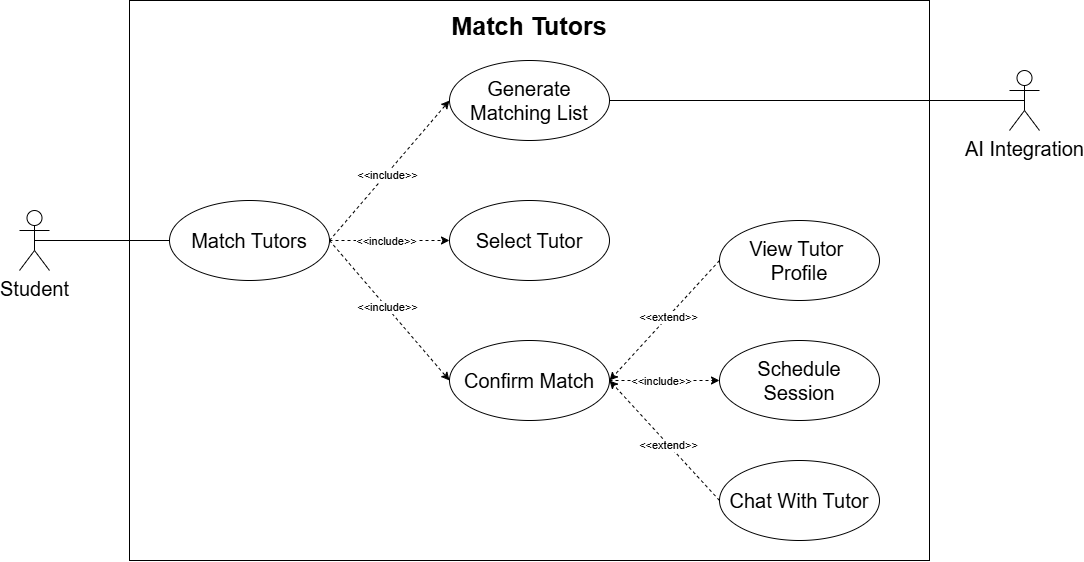
The draw.io diagram docs/usecases/detailed/match_tutors.drawio.png in lamtranhuynhha/tutor-support-system, before a commit. Source tidied: cells renumbered, new cells last; positions are measured from the earlier drawing's top-left corner, leaving out a move shared by most shapes. The source it was exported from:
```xml
<mxGraphModel background="#ffffff">
  <root>
    <mxCell id="0" />
    <mxCell id="1" parent="0" />
    <mxCell id="2" style="rounded=0;whiteSpace=wrap;html=1;" parent="1" vertex="1">
      <mxGeometry x="110" width="800" height="560" as="geometry" />
    </mxCell>
    <mxCell id="3" value="Match Tutors" style="ellipse;whiteSpace=wrap;html=1;fontSize=20;" parent="1" vertex="1">
      <mxGeometry x="150" y="200" width="160" height="80" as="geometry" />
    </mxCell>
    <mxCell id="4" value="Select Tutor" style="ellipse;whiteSpace=wrap;html=1;fontSize=20;" parent="1" vertex="1">
      <mxGeometry x="430" y="200" width="160" height="80" as="geometry" />
    </mxCell>
    <mxCell id="5" value="Generate Matching List" style="ellipse;whiteSpace=wrap;html=1;fontSize=20;" parent="1" vertex="1">
      <mxGeometry x="430" y="60" width="160" height="80" as="geometry" />
    </mxCell>
    <mxCell id="6" value="View Tutor&amp;nbsp;&lt;div&gt;Profile&lt;/div&gt;" style="ellipse;whiteSpace=wrap;html=1;fontSize=20;" parent="1" vertex="1">
      <mxGeometry x="700" y="220" width="160" height="80" as="geometry" />
    </mxCell>
    <mxCell id="7" value="Confirm Match" style="ellipse;whiteSpace=wrap;html=1;fontSize=20;" parent="1" vertex="1">
      <mxGeometry x="430" y="340" width="160" height="80" as="geometry" />
    </mxCell>
    <mxCell id="8" style="endArrow=classic;html=1;rounded=0;entryX=0;entryY=0.5;entryDx=0;entryDy=0;exitX=1;exitY=0.5;exitDx=0;exitDy=0;dashed=1;" parent="1" edge="1" source="3" target="4">
      <mxGeometry relative="1" as="geometry" />
    </mxCell>
    <mxCell id="9" value="&amp;lt;&amp;lt;include&amp;gt;&amp;gt;" style="edgeLabel;html=1;align=center;verticalAlign=middle;" parent="8" vertex="1">
      <mxGeometry x="-0.06" relative="1" as="geometry" />
    </mxCell>
    <mxCell id="10" value="Chat With Tutor" style="ellipse;whiteSpace=wrap;html=1;fontSize=20;" parent="1" vertex="1">
      <mxGeometry x="700" y="460" width="160" height="80" as="geometry" />
    </mxCell>
    <mxCell id="11" style="endArrow=classic;html=1;rounded=0;entryX=0;entryY=0.5;entryDx=0;entryDy=0;exitX=1;exitY=0.5;exitDx=0;exitDy=0;dashed=1;" parent="1" edge="1" source="3" target="7">
      <mxGeometry relative="1" as="geometry" />
    </mxCell>
    <mxCell id="12" value="&amp;lt;&amp;lt;include&amp;gt;&amp;gt;" style="edgeLabel;html=1;align=center;verticalAlign=middle;" parent="11" vertex="1">
      <mxGeometry x="-0.06" relative="1" as="geometry" />
    </mxCell>
    <mxCell id="13" value="Schedule Session" style="ellipse;whiteSpace=wrap;html=1;fontSize=20;" parent="1" vertex="1">
      <mxGeometry x="700" y="340" width="160" height="80" as="geometry" />
    </mxCell>
    <mxCell id="14" style="endArrow=classic;html=1;rounded=0;entryX=0;entryY=0.5;entryDx=0;entryDy=0;exitX=1;exitY=0.5;exitDx=0;exitDy=0;dashed=1;" parent="1" edge="1" source="7" target="13">
      <mxGeometry relative="1" as="geometry" />
    </mxCell>
    <mxCell id="15" value="&amp;lt;&amp;lt;include&amp;gt;&amp;gt;" style="edgeLabel;html=1;align=center;verticalAlign=middle;" parent="14" vertex="1">
      <mxGeometry x="-0.06" relative="1" as="geometry" />
    </mxCell>
    <mxCell id="16" style="endArrow=classic;html=1;rounded=0;entryX=1;entryY=0.5;entryDx=0;entryDy=0;exitX=0;exitY=0.5;exitDx=0;exitDy=0;dashed=1;" parent="1" edge="1" source="10" target="7">
      <mxGeometry relative="1" as="geometry" />
    </mxCell>
    <mxCell id="17" value="&amp;lt;&amp;lt;extend&amp;gt;&amp;gt;" style="edgeLabel;html=1;align=center;verticalAlign=middle;" parent="16" vertex="1">
      <mxGeometry x="-0.06" relative="1" as="geometry" />
    </mxCell>
    <mxCell id="18" style="endArrow=classic;html=1;rounded=0;dashed=1;entryX=0;entryY=0.5;entryDx=0;entryDy=0;exitX=1;exitY=0.5;exitDx=0;exitDy=0;" parent="1" edge="1" source="3" target="5">
      <mxGeometry relative="1" as="geometry" />
    </mxCell>
    <mxCell id="19" value="&amp;lt;&amp;lt;include&amp;gt;&amp;gt;" style="edgeLabel;html=1;align=center;verticalAlign=middle;" parent="18" vertex="1">
      <mxGeometry x="-0.06" relative="1" as="geometry" />
    </mxCell>
    <mxCell id="20" value="Student" style="shape=umlActor;verticalLabelPosition=bottom;verticalAlign=top;html=1;fontSize=20;" parent="1" vertex="1">
      <mxGeometry y="210" width="30" height="60" as="geometry" />
    </mxCell>
    <mxCell id="21" style="endArrow=none;html=1;rounded=0;entryX=0;entryY=0.5;entryDx=0;entryDy=0;exitX=0.5;exitY=0.5;exitDx=0;exitDy=0;exitPerimeter=0;fontSize=20;" parent="1" edge="1" source="20" target="3">
      <mxGeometry relative="1" as="geometry" />
    </mxCell>
    <mxCell id="22" value="AI Integration" style="shape=umlActor;verticalLabelPosition=bottom;verticalAlign=top;html=1;fontSize=20;" parent="1" vertex="1">
      <mxGeometry x="990" y="70" width="30" height="60" as="geometry" />
    </mxCell>
    <mxCell id="23" style="endArrow=none;html=1;rounded=0;entryX=0.5;entryY=0.5;entryDx=0;entryDy=0;entryPerimeter=0;exitX=1;exitY=0.5;exitDx=0;exitDy=0;" parent="1" edge="1" source="5" target="22">
      <mxGeometry relative="1" as="geometry" />
    </mxCell>
    <mxCell id="24" style="endArrow=classic;html=1;rounded=0;entryX=1;entryY=0.5;entryDx=0;entryDy=0;exitX=0;exitY=0.5;exitDx=0;exitDy=0;dashed=1;" parent="1" edge="1" source="6" target="7">
      <mxGeometry relative="1" as="geometry" />
    </mxCell>
    <mxCell id="25" value="&amp;lt;&amp;lt;extend&amp;gt;&amp;gt;" style="edgeLabel;html=1;align=center;verticalAlign=middle;" parent="24" vertex="1">
      <mxGeometry x="-0.06" relative="1" as="geometry" />
    </mxCell>
    <mxCell id="26" value="Match Tutors" style="text;html=1;align=center;verticalAlign=middle;whiteSpace=wrap;rounded=0;fontSize=25;fontStyle=1;" parent="1" vertex="1">
      <mxGeometry x="390" y="10" width="240" height="30" as="geometry" />
    </mxCell>
  </root>
</mxGraphModel>
```
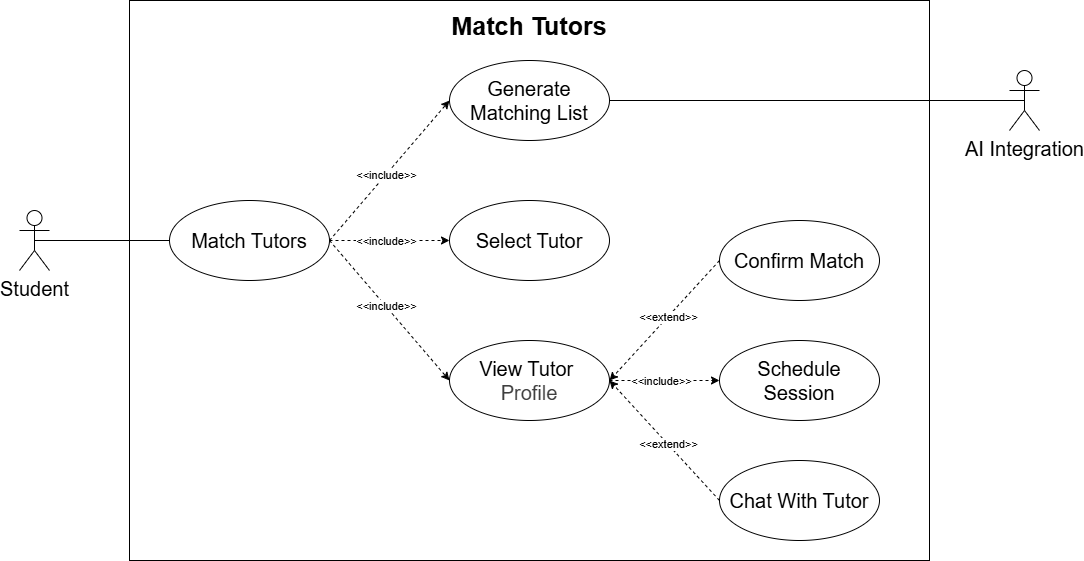
The same diagram one commit later.

Commit message:
update uc manage account, match tutors, system

What changed in the source:
```diff
@@ -14,10 +14,10 @@
     <mxCell id="5" value="Generate Matching List" style="ellipse;whiteSpace=wrap;html=1;fontSize=20;" parent="1" vertex="1">
       <mxGeometry x="430" y="60" width="160" height="80" as="geometry" />
     </mxCell>
-    <mxCell id="6" value="View Tutor&amp;nbsp;&lt;div&gt;Profile&lt;/div&gt;" style="ellipse;whiteSpace=wrap;html=1;fontSize=20;" parent="1" vertex="1">
+    <mxCell id="6" value="&lt;span style=&quot;color: rgb(0, 0, 0);&quot;&gt;Confirm Match&lt;/span&gt;" style="ellipse;whiteSpace=wrap;html=1;fontSize=20;" parent="1" vertex="1">
       <mxGeometry x="700" y="220" width="160" height="80" as="geometry" />
     </mxCell>
-    <mxCell id="7" value="Confirm Match" style="ellipse;whiteSpace=wrap;html=1;fontSize=20;" parent="1" vertex="1">
+    <mxCell id="7" value="&lt;span style=&quot;color: rgb(0, 0, 0);&quot;&gt;View Tutor&amp;nbsp;&lt;/span&gt;&lt;div style=&quot;color: rgb(63, 63, 63); scrollbar-color: rgb(226, 226, 226) rgb(251, 251, 251);&quot;&gt;Profile&lt;/div&gt;" style="ellipse;whiteSpace=wrap;html=1;fontSize=20;" parent="1" vertex="1">
       <mxGeometry x="430" y="340" width="160" height="80" as="geometry" />
     </mxCell>
     <mxCell id="8" style="endArrow=classic;html=1;rounded=0;entryX=0;entryY=0.5;entryDx=0;entryDy=0;exitX=1;exitY=0.5;exitDx=0;exitDy=0;dashed=1;" parent="1" edge="1" source="3" target="4">
```
